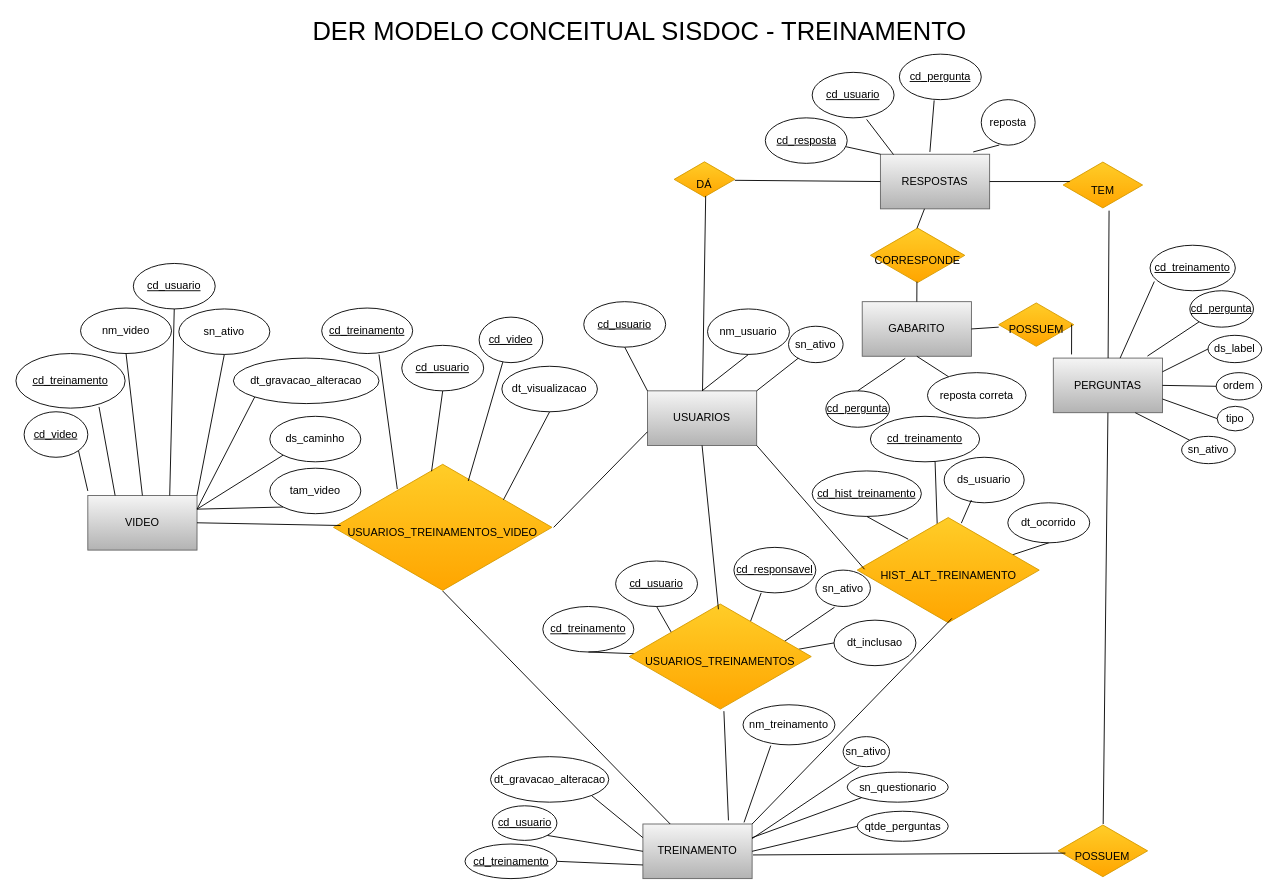
Before: der modelo conceitual sisdoc.drawio in marcos-renato/MODELOS-DRAWIO, a draw.io diagram. Source tidied: cells renumbered, new cells numbered last; positions are measured from the earlier drawing's top-left corner, leaving out a move shared by most shapes. Both pictures are drawn from the tidied source at 91%, with x=0, y=0 at pixel (15, 17).
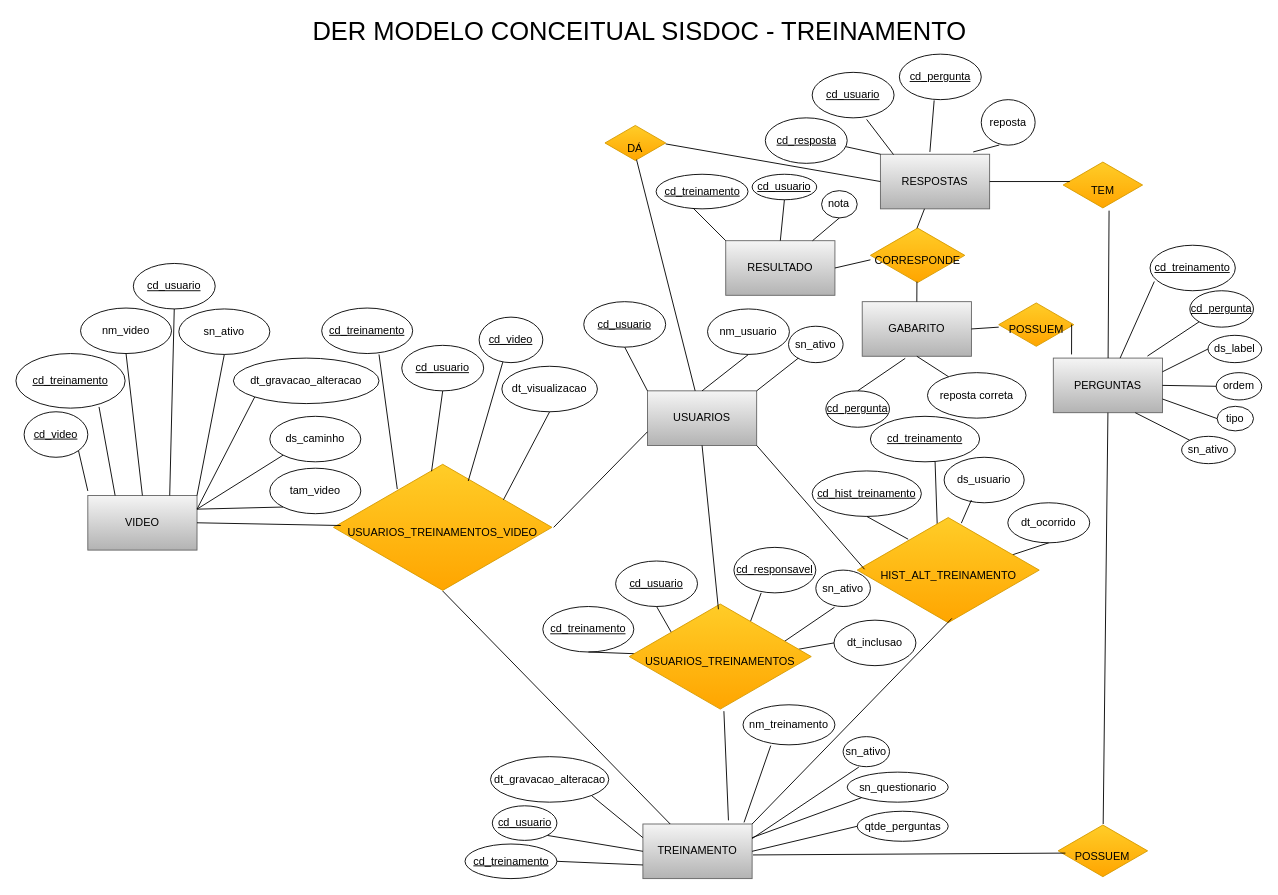
Above is the later version.

The change refers to these unchanged cells:
```xml
<mxCell id="113" value="&lt;font style=&quot;font-size: 12px;&quot;&gt;CORRESPONDE&lt;/font&gt;" style="html=1;whiteSpace=wrap;shape=isoRectangle;fontSize=28;fillColor=#ffcd28;gradientColor=#ffa500;strokeColor=#d79b00;" parent="1" vertex="1">
  <mxGeometry x="939" y="230" width="103.7" height="62.2" as="geometry" />
</mxCell>
```

What changed in the source:
```diff
@@
     <mxCell id="82" value="&lt;font style=&quot;font-size: 12px;&quot;&gt;DÁ&lt;/font&gt;" style="html=1;whiteSpace=wrap;shape=isoRectangle;fontSize=28;fillColor=#ffcd28;gradientColor=#ffa500;strokeColor=#d79b00;" parent="1" vertex="1">
-      <mxGeometry x="723.3" y="157.6" width="66.7" height="40" as="geometry" />
+      <mxGeometry x="647.3" y="117.6" width="66.7" height="40" as="geometry" />
     </mxCell>
@@
+    <mxCell id="120" value="RESULTADO" style="rounded=0;whiteSpace=wrap;html=1;fillColor=#f5f5f5;gradientColor=#b3b3b3;strokeColor=#666666;" parent="1" vertex="1">
+      <mxGeometry x="780" y="245" width="120" height="60" as="geometry" />
+    </mxCell>
+    <mxCell id="121" style="endArrow=none;html=1;rounded=0;entryX=0;entryY=0.579;entryDx=0;entryDy=0;entryPerimeter=0;exitX=1;exitY=0.5;exitDx=0;exitDy=0;" parent="1" edge="1" source="120" target="113">
+      <mxGeometry relative="1" as="geometry" />
+    </mxCell>
+    <mxCell id="122" value="&lt;u&gt;cd_treinamento&lt;/u&gt;" style="ellipse;whiteSpace=wrap;html=1;" parent="1" vertex="1">
+      <mxGeometry x="703.5" y="172" width="101" height="38" as="geometry" />
+    </mxCell>
+    <mxCell id="123" value="&lt;u&gt;cd_usuario&lt;/u&gt;" style="ellipse;whiteSpace=wrap;html=1;" parent="1" vertex="1">
+      <mxGeometry x="809" y="172" width="71" height="28" as="geometry" />
+    </mxCell>
+    <mxCell id="124" value="nota" style="ellipse;whiteSpace=wrap;html=1;" parent="1" vertex="1">
+      <mxGeometry x="885.3" y="190" width="39.2" height="30" as="geometry" />
+    </mxCell>
+    <mxCell id="125" style="endArrow=none;html=1;rounded=0;entryX=0.5;entryY=1;entryDx=0;entryDy=0;" parent="1" edge="1" source="120" target="124">
+      <mxGeometry relative="1" as="geometry" />
+    </mxCell>
+    <mxCell id="126" style="endArrow=none;html=1;rounded=0;exitX=0.5;exitY=0;exitDx=0;exitDy=0;entryX=0.5;entryY=1;entryDx=0;entryDy=0;" parent="1" edge="1" source="120" target="123">
+      <mxGeometry relative="1" as="geometry" />
+    </mxCell>
+    <mxCell id="127" style="endArrow=none;html=1;rounded=0;entryX=0.401;entryY=0.974;entryDx=0;entryDy=0;entryPerimeter=0;exitX=0;exitY=0;exitDx=0;exitDy=0;" parent="1" edge="1" source="120" target="122">
+      <mxGeometry relative="1" as="geometry" />
+    </mxCell>
```
